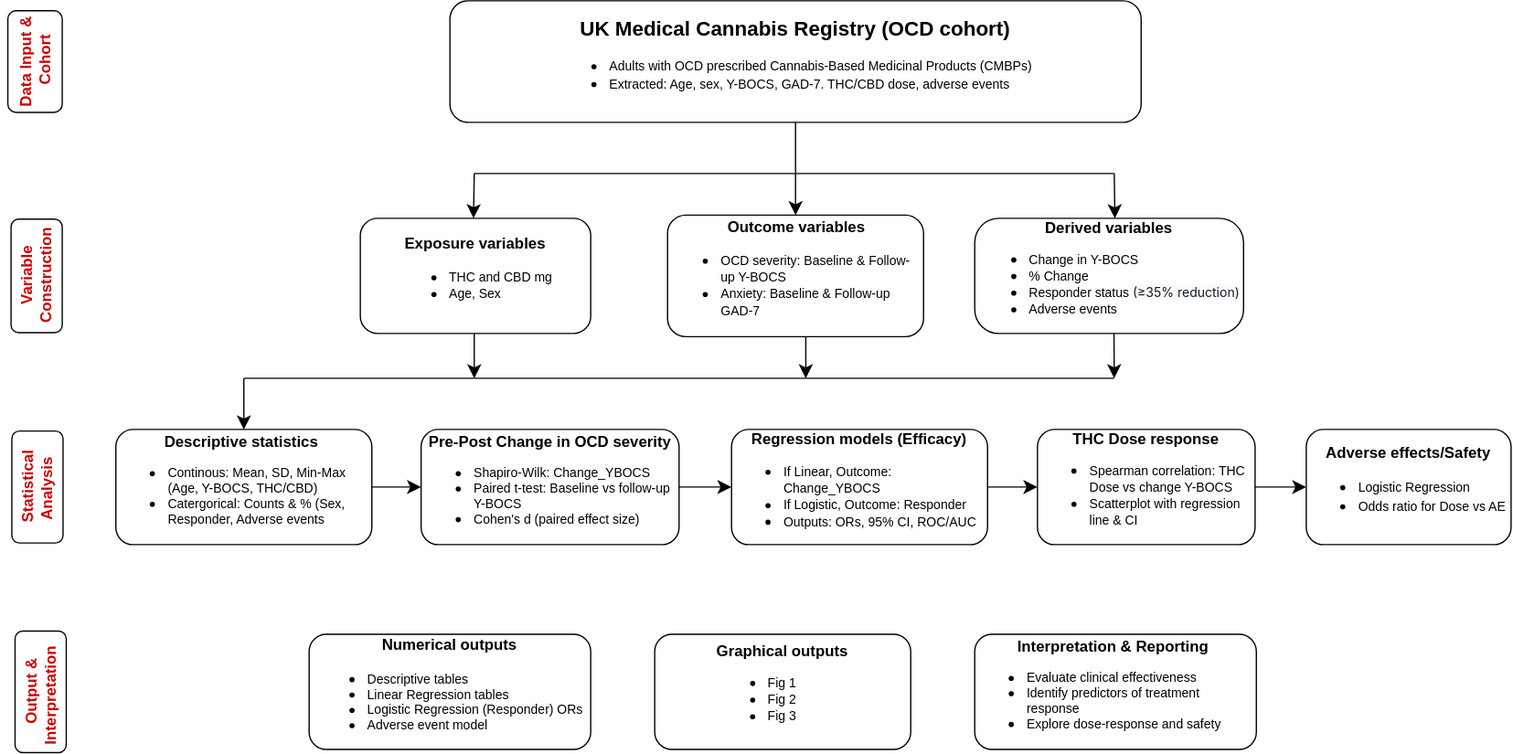
Above: Untitled Diagram.drawio.svg in amy-gurung/first-data-project (draw.io), before the change. Source tidied: cells renumbered, new cells last; positions are measured from the earlier drawing's top-left corner, leaving out a move shared by most shapes.
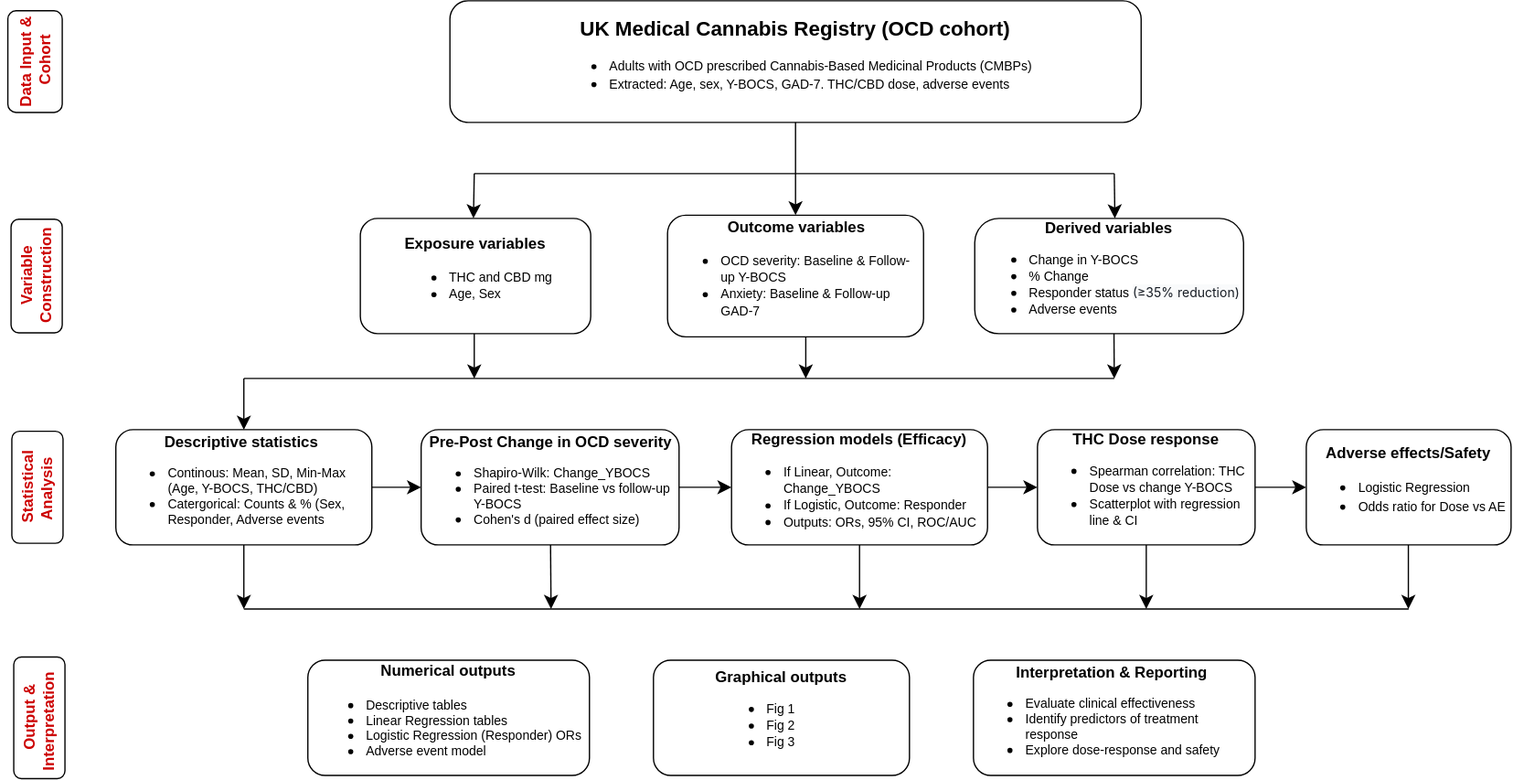
After the commit.

The edit, as a diff of the source:
```diff
@@ -28,27 +28,53 @@
     <mxCell id="8" style="edgeStyle=none;curved=1;rounded=0;jettySize=auto;html=1;fontSize=12;startSize=8;endSize=8;" parent="1" edge="1" source="9" target="11">
       <mxGeometry relative="1" as="geometry" />
     </mxCell>
+    <mxCell id="34" style="edgeStyle=none;curved=1;rounded=0;jettySize=auto;html=1;fontSize=12;startSize=8;endSize=8;" parent="1" edge="1" source="9">
+      <mxGeometry relative="1" as="geometry">
+        <mxPoint x="206" y="475" as="targetPoint" />
+      </mxGeometry>
+    </mxCell>
     <mxCell id="9" value="&lt;div style=&quot;line-height: 100%;&quot;&gt;&lt;font&gt;&lt;b&gt;Descriptive statistics&amp;nbsp;&lt;/b&gt;&lt;/font&gt;&lt;div&gt;&lt;ul&gt;&lt;li style=&quot;text-align: left;&quot;&gt;&lt;span style=&quot;font-size: 10px; line-height: 100%;&quot;&gt;Continous: Mean, SD, Min-Max (Age, Y-BOCS, THC/CBD)&lt;/span&gt;&lt;br&gt;&lt;/li&gt;&lt;li style=&quot;text-align: left;&quot;&gt;&lt;span style=&quot;font-size: 10px; line-height: 100%;&quot;&gt;Catergorical: Counts &amp;amp; % (Sex, Responder, Adverse events&lt;/span&gt;&lt;/li&gt;&lt;/ul&gt;&lt;/div&gt;&lt;/div&gt;" style="rounded=1;whiteSpace=wrap;html=1;labelBackgroundColor=none;" parent="1" vertex="1">
       <mxGeometry x="106" y="335" width="200" height="90" as="geometry" />
     </mxCell>
     <mxCell id="10" style="edgeStyle=none;curved=1;rounded=0;jettySize=auto;html=1;fontSize=12;startSize=8;endSize=8;" parent="1" edge="1" source="11" target="13">
       <mxGeometry relative="1" as="geometry" />
     </mxCell>
+    <mxCell id="35" style="edgeStyle=none;curved=1;rounded=0;jettySize=auto;html=1;fontSize=12;startSize=8;endSize=8;" parent="1" edge="1" source="11">
+      <mxGeometry relative="1" as="geometry">
+        <mxPoint x="446" y="475" as="targetPoint" />
+      </mxGeometry>
+    </mxCell>
     <mxCell id="11" value="&lt;div style=&quot;line-height: 100%;&quot;&gt;&lt;div&gt;&lt;b&gt;Pre-Post Change in OCD severity&lt;/b&gt;&lt;/div&gt;&lt;ul&gt;&lt;li style=&quot;text-align: left;&quot;&gt;&lt;font style=&quot;font-size: 10px; line-height: 100%;&quot;&gt;Shapiro-Wilk: Change_YBOCS&lt;br&gt;&lt;/font&gt;&lt;/li&gt;&lt;li style=&quot;text-align: left;&quot;&gt;&lt;font style=&quot;font-size: 10px; line-height: 100%;&quot;&gt;Paired t-test: Baseline vs follow-up Y-BOCS&lt;br&gt;&lt;/font&gt;&lt;/li&gt;&lt;li style=&quot;text-align: left;&quot;&gt;&lt;font style=&quot;font-size: 10px; line-height: 100%;&quot;&gt;Cohen's d (paired effect size)&lt;/font&gt;&lt;/li&gt;&lt;/ul&gt;&lt;/div&gt;" style="rounded=1;whiteSpace=wrap;html=1;labelBackgroundColor=none;" parent="1" vertex="1">
       <mxGeometry x="344.5" y="335" width="201.5" height="90" as="geometry" />
     </mxCell>
     <mxCell id="12" style="edgeStyle=none;curved=1;rounded=0;jettySize=auto;html=1;fontSize=12;startSize=8;endSize=8;" parent="1" edge="1" source="13" target="15">
       <mxGeometry relative="1" as="geometry" />
     </mxCell>
+    <mxCell id="36" style="edgeStyle=none;curved=1;rounded=0;jettySize=auto;html=1;fontSize=12;startSize=8;endSize=8;" parent="1" edge="1" source="13">
+      <mxGeometry relative="1" as="geometry">
+        <mxPoint x="687" y="475" as="targetPoint" />
+      </mxGeometry>
+    </mxCell>
     <mxCell id="13" value="&lt;font&gt;&lt;b style=&quot;line-height: 100%;&quot;&gt;Regression m&lt;/b&gt;&lt;font&gt;&lt;b&gt;odels&amp;nbsp;&lt;/b&gt;&lt;/font&gt;&lt;/font&gt;&lt;font&gt;&lt;b&gt;(Efficacy)&lt;/b&gt;&lt;/font&gt;&lt;div&gt;&lt;ul style=&quot;line-height: 100%;&quot;&gt;&lt;li style=&quot;text-align: left;&quot;&gt;&lt;span style=&quot;font-size: 10px; line-height: 100%;&quot;&gt;If Linear,&amp;nbsp;&lt;/span&gt;&lt;span style=&quot;font-size: 10px;&quot;&gt;Outcome: Change_YBOCS&lt;/span&gt;&lt;/li&gt;&lt;li style=&quot;text-align: left;&quot;&gt;&lt;span style=&quot;font-size: 10px; line-height: 100%;&quot;&gt;If Logistic,&amp;nbsp;&lt;/span&gt;&lt;span style=&quot;font-size: 10px;&quot;&gt;Outcome: Responder&amp;nbsp;&lt;/span&gt;&lt;/li&gt;&lt;li style=&quot;text-align: left;&quot;&gt;&lt;span style=&quot;font-size: 10px; line-height: 100%;&quot;&gt;Outputs: ORs, 95% CI, ROC/AUC&lt;/span&gt;&lt;br&gt;&lt;/li&gt;&lt;/ul&gt;&lt;/div&gt;" style="rounded=1;whiteSpace=wrap;html=1;labelBackgroundColor=none;" parent="1" vertex="1">
       <mxGeometry x="587" y="335" width="200" height="90" as="geometry" />
     </mxCell>
     <mxCell id="14" style="edgeStyle=none;curved=1;rounded=0;jettySize=auto;html=1;fontSize=12;startSize=8;endSize=8;" parent="1" edge="1" source="15" target="16">
       <mxGeometry relative="1" as="geometry" />
     </mxCell>
+    <mxCell id="37" style="edgeStyle=none;curved=1;rounded=0;jettySize=auto;html=1;fontSize=12;startSize=8;endSize=8;" parent="1" edge="1" source="15">
+      <mxGeometry relative="1" as="geometry">
+        <mxPoint x="911" y="475" as="targetPoint" />
+      </mxGeometry>
+    </mxCell>
     <mxCell id="15" value="&lt;div style=&quot;line-height: 100%;&quot;&gt;&lt;b style=&quot;text-align: left;&quot;&gt;THC Dose response&lt;/b&gt;&lt;br&gt;&lt;ul&gt;&lt;li style=&quot;text-align: left;&quot;&gt;&lt;font style=&quot;font-size: 10px;&quot;&gt;Spearman correlation: THC Dose vs change Y-BOCS&lt;br&gt;&lt;/font&gt;&lt;/li&gt;&lt;li style=&quot;text-align: left;&quot;&gt;&lt;font style=&quot;font-size: 10px;&quot;&gt;Scatterplot with regression line &amp;amp; CI&amp;nbsp;&lt;/font&gt;&lt;/li&gt;&lt;/ul&gt;&lt;/div&gt;" style="rounded=1;whiteSpace=wrap;html=1;labelBackgroundColor=none;" parent="1" vertex="1">
       <mxGeometry x="826" y="335" width="170" height="90" as="geometry" />
     </mxCell>
+    <mxCell id="38" style="edgeStyle=none;curved=1;rounded=0;orthogonalLoop=1;jettySize=auto;html=1;fontSize=12;startSize=8;endSize=8;" parent="1" edge="1">
+      <mxGeometry relative="1" as="geometry">
+        <mxPoint x="1115.8" y="425" as="sourcePoint" />
+        <mxPoint x="1115.8" y="475" as="targetPoint" />
+      </mxGeometry>
+    </mxCell>
     <mxCell id="16" value="&lt;font&gt;&lt;b&gt;Adverse effects/Safety&lt;/b&gt;&lt;/font&gt;&lt;div&gt;&lt;ul&gt;&lt;li style=&quot;text-align: left;&quot;&gt;&lt;span style=&quot;font-size: 10px;&quot;&gt;Logistic Regression&lt;/span&gt;&lt;br&gt;&lt;/li&gt;&lt;li style=&quot;text-align: left;&quot;&gt;&lt;span style=&quot;font-size: 10px;&quot;&gt;Odds ratio for Dose vs AE&amp;nbsp;&lt;/span&gt;&lt;br&gt;&lt;/li&gt;&lt;/ul&gt;&lt;/div&gt;" style="rounded=1;whiteSpace=wrap;html=1;labelBackgroundColor=none;" parent="1" vertex="1">
       <mxGeometry x="1036" y="335" width="160" height="90" as="geometry" />
     </mxCell>
@@ -56,16 +82,16 @@
       <mxGeometry relative="1" as="geometry" />
     </mxCell>
     <mxCell id="18" value="&lt;b style=&quot;text-align: left; line-height: 100%;&quot;&gt;Numerical outputs&lt;/b&gt;&lt;br&gt;&lt;ul style=&quot;line-height: 100%;&quot;&gt;&lt;li style=&quot;text-align: left;&quot;&gt;&lt;font style=&quot;font-size: 10px; line-height: 100%;&quot;&gt;Descriptive tables&lt;br&gt;&lt;/font&gt;&lt;/li&gt;&lt;li style=&quot;text-align: left;&quot;&gt;&lt;font style=&quot;font-size: 10px; line-height: 100%;&quot;&gt;Linear Regression tables&lt;br&gt;&lt;/font&gt;&lt;/li&gt;&lt;li style=&quot;text-align: left;&quot;&gt;&lt;font style=&quot;font-size: 10px; line-height: 100%;&quot;&gt;Logistic Regression (Responder) ORs&lt;br&gt;&lt;/font&gt;&lt;/li&gt;&lt;li style=&quot;text-align: left;&quot;&gt;&lt;font style=&quot;font-size: 10px; line-height: 100%;&quot;&gt;Adverse event model&amp;nbsp;&lt;/font&gt;&lt;br&gt;&lt;/li&gt;&lt;/ul&gt;" style="rounded=1;whiteSpace=wrap;html=1;labelBackgroundColor=none;" parent="1" vertex="1">
-      <mxGeometry x="257" y="495" width="220" height="90" as="geometry" />
+      <mxGeometry x="256" y="515" width="220" height="90" as="geometry" />
     </mxCell>
     <mxCell id="19" value="&lt;div style=&quot;line-height: 100%;&quot;&gt;&lt;b&gt;Graphical outputs&lt;/b&gt;&lt;div&gt;&lt;ul&gt;&lt;li style=&quot;text-align: left;&quot;&gt;&lt;font style=&quot;font-size: 10px;&quot;&gt;Fig 1&lt;br&gt;&lt;/font&gt;&lt;/li&gt;&lt;li style=&quot;text-align: left;&quot;&gt;&lt;font style=&quot;font-size: 10px;&quot;&gt;Fig 2&lt;br&gt;&lt;/font&gt;&lt;/li&gt;&lt;li style=&quot;text-align: left;&quot;&gt;&lt;font style=&quot;font-size: 10px;&quot;&gt;Fig 3&amp;nbsp;&lt;/font&gt;&lt;br&gt;&lt;/li&gt;&lt;/ul&gt;&lt;/div&gt;&lt;/div&gt;" style="rounded=1;whiteSpace=wrap;html=1;labelBackgroundColor=none;" parent="1" vertex="1">
-      <mxGeometry x="527" y="495" width="200" height="90" as="geometry" />
+      <mxGeometry x="526" y="515" width="200" height="90" as="geometry" />
     </mxCell>
     <mxCell id="20" value="&lt;div style=&quot;line-height: 100%;&quot;&gt;&lt;span style=&quot;text-align: left;&quot;&gt;&lt;b&gt;&lt;font&gt;Interpretation &amp;amp; Reporting&amp;nbsp;&lt;/font&gt;&lt;/b&gt;&lt;/span&gt;&lt;br&gt;&lt;ul&gt;&lt;li style=&quot;text-align: left;&quot;&gt;&lt;font style=&quot;font-size: 10px; line-height: 100%;&quot;&gt;Evaluate clinical effectiveness&lt;br&gt;&lt;/font&gt;&lt;/li&gt;&lt;li style=&quot;text-align: left;&quot;&gt;&lt;font style=&quot;font-size: 10px; line-height: 100%;&quot;&gt;Identify predictors of treatment response&lt;br&gt;&lt;/font&gt;&lt;/li&gt;&lt;li style=&quot;text-align: left;&quot;&gt;&lt;font style=&quot;font-size: 10px; line-height: 100%;&quot;&gt;Explore dose-response and safety&amp;nbsp;&lt;/font&gt;&lt;/li&gt;&lt;/ul&gt;&lt;/div&gt;" style="rounded=1;whiteSpace=wrap;html=1;labelBackgroundColor=none;" parent="1" vertex="1">
-      <mxGeometry x="777" y="495" width="220" height="90" as="geometry" />
+      <mxGeometry x="776" y="515" width="220" height="90" as="geometry" />
     </mxCell>
     <mxCell id="21" value="&lt;font color=&quot;#cc0000&quot;&gt;&lt;span style=&quot;caret-color: rgb(204, 0, 0);&quot;&gt;&lt;b&gt;Output &amp;amp; Interpretation &amp;nbsp;&lt;/b&gt;&lt;/span&gt;&lt;/font&gt;" style="rounded=1;whiteSpace=wrap;html=1;rotation=-90;" parent="1" vertex="1">
-      <mxGeometry x="-0.2" y="520" width="95" height="40" as="geometry" />
+      <mxGeometry x="-1.2" y="540" width="95" height="40" as="geometry" />
     </mxCell>
     <mxCell id="22" value="&lt;b style=&quot;color: rgb(204, 0, 0);&quot;&gt;Statistical Analysis&amp;nbsp;&lt;/b&gt;" style="rounded=1;whiteSpace=wrap;html=1;rotation=-90;" parent="1" vertex="1">
       <mxGeometry x="1" y="360" width="87.5" height="40" as="geometry" />
@@ -118,5 +144,11 @@
         <mxPoint x="886.5" y="170" as="targetPoint" />
       </mxGeometry>
     </mxCell>
+    <mxCell id="39" style="endArrow=none;html=1;rounded=0;fontSize=12;startSize=8;endSize=8;curved=1;" parent="1" edge="1">
+      <mxGeometry relative="1" as="geometry">
+        <mxPoint x="206" y="475" as="sourcePoint" />
+        <mxPoint x="1116" y="475" as="targetPoint" />
+      </mxGeometry>
+    </mxCell>
   </root>
 </mxGraphModel>
```
